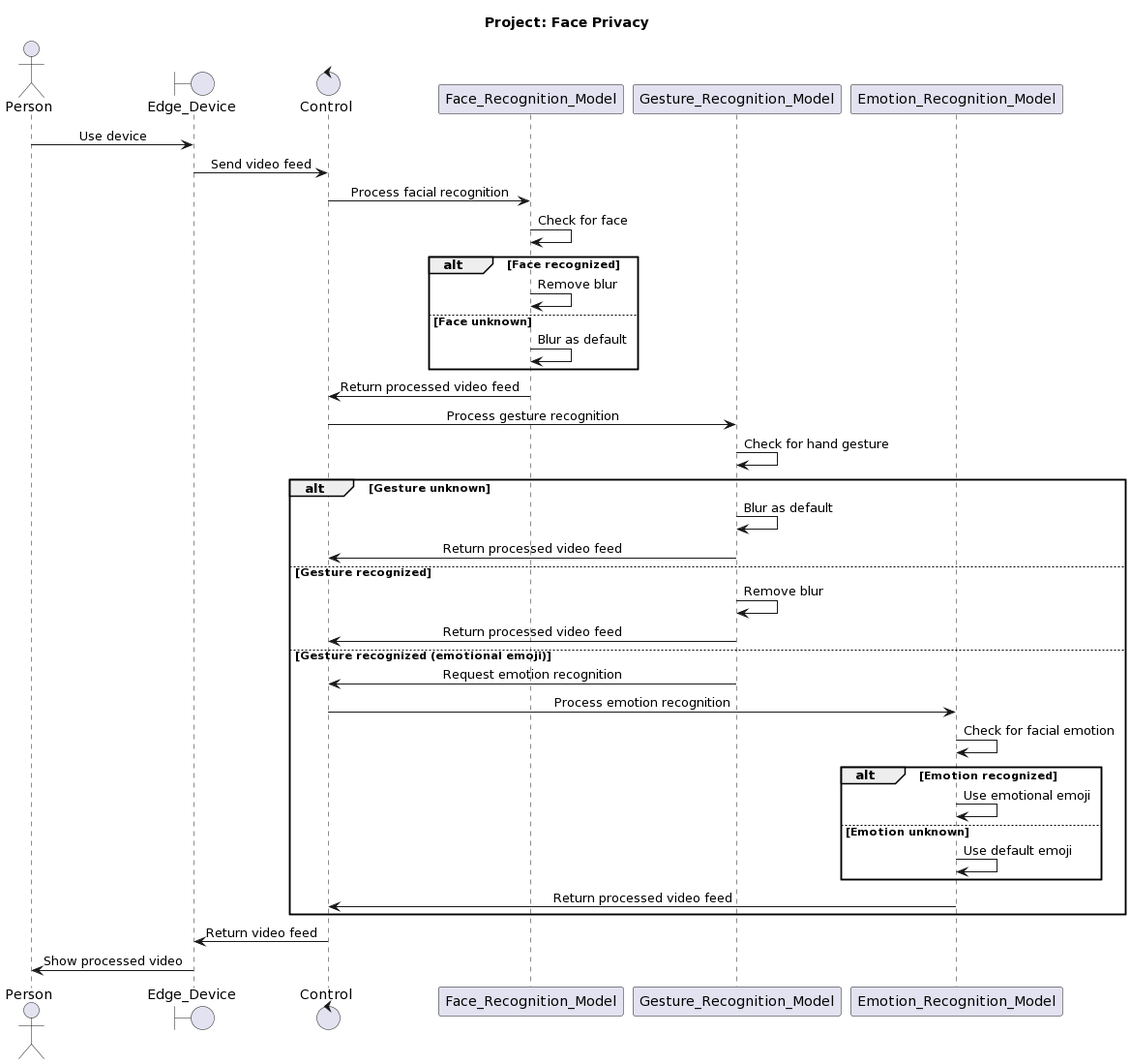
Above: doc/PlantUML_Sequence_Diagram.png in Team-Intel-Edge-AI/OnTheEdge (PlantUML), before the change.
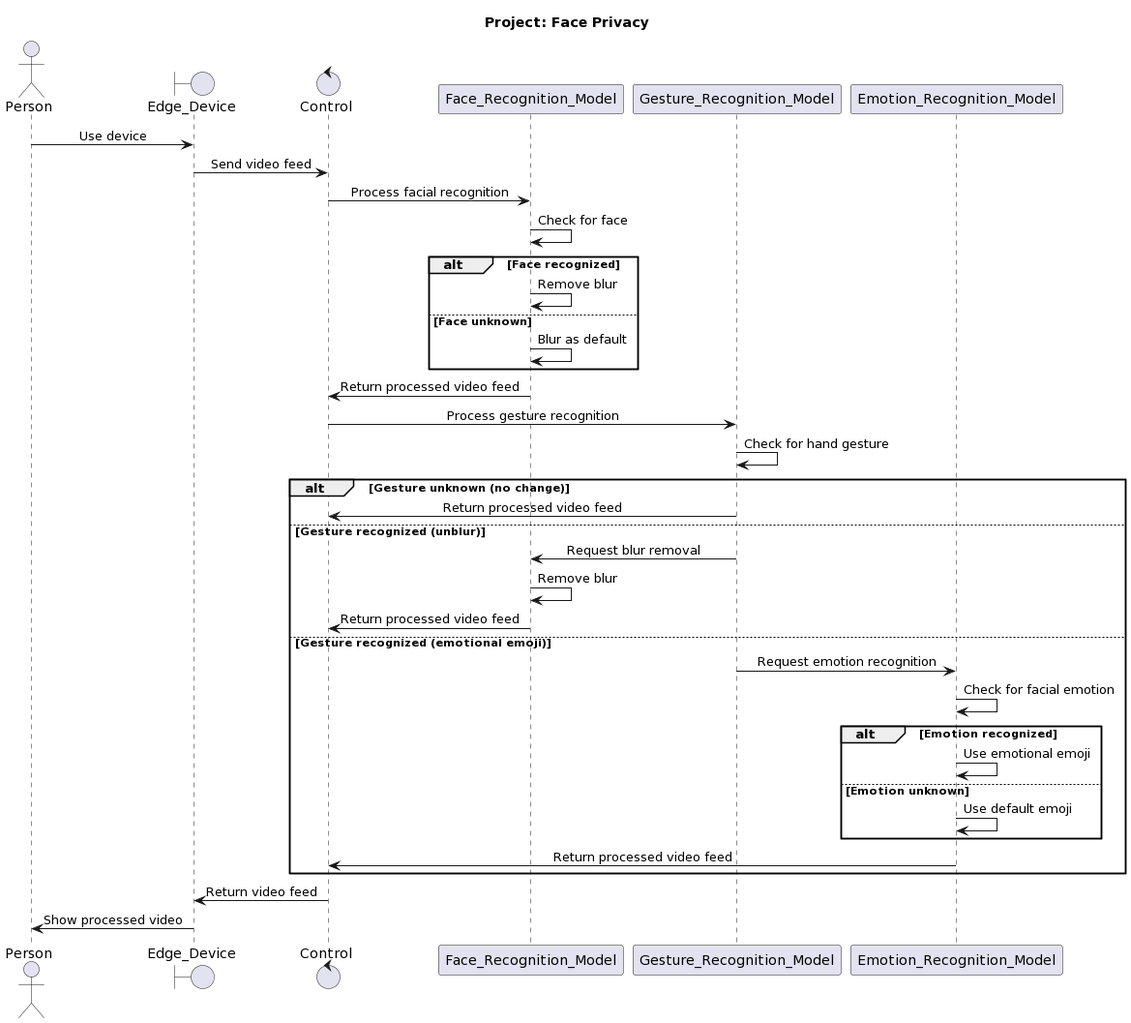
The same file after the commit.

Commit message:
Fourth draft of sequence diagram (rework relationship between AI models)

Diff of the diagram source:
```diff
@@ -24,15 +24,14 @@
 
 ctrl -> gesture: Process gesture recognition
 gesture -> gesture: Check for hand gesture
-alt Gesture unknown
-    gesture -> gesture: Blur as default
+alt Gesture unknown (no change)
     gesture -> ctrl: Return processed video feed
-else Gesture recognized
-    gesture -> gesture: Remove blur
-    gesture -> ctrl: Return processed video feed
+else Gesture recognized (unblur)
+    gesture -> face: Request blur removal
+    face -> face: Remove blur
+    face -> ctrl: Return processed video feed
 else Gesture recognized (emotional emoji)
-    gesture -> ctrl: Request emotion recognition
-    ctrl -> emotion: Process emotion recognition
+    gesture -> emotion: Request emotion recognition
     emotion -> emotion: Check for facial emotion
     alt Emotion recognized
         emotion -> emotion: Use emotional emoji
```
